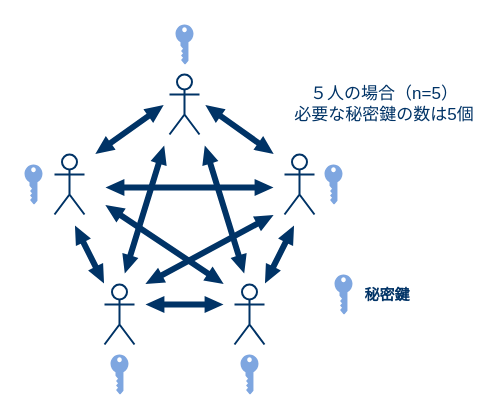
This is img/6-share-pubkey.dio from akakou-doc/pubkey-crypto, a draw.io file, before an edit. Source tidied: cells renumbered, new cells numbered last; positions are measured from the earlier drawing's top-left corner, leaving out a move shared by most shapes. Both pictures are drawn from the tidied source at 100%, with x=0, y=0 at pixel (24, 24).
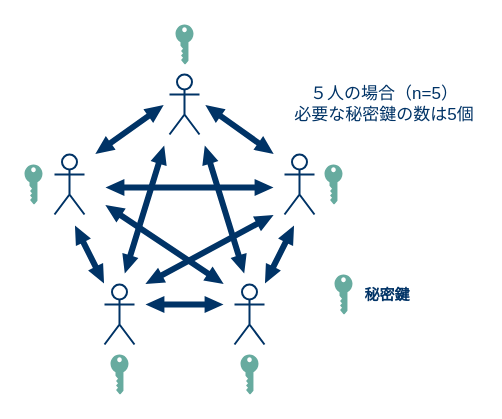
The same diagram, later.

Diff of the diagram source:
```diff
@@
-    <mxCell id="18" style="verticalLabelPosition=bottom;html=1;verticalAlign=top;align=center;shape=mxgraph.cisco19.key;fillColor=#7EA6E0;strokeColor=#FFFFFF;direction=south;strokeWidth=15;" parent="1" vertex="1">
+    <mxCell id="18" style="verticalLabelPosition=bottom;html=1;verticalAlign=top;align=center;shape=mxgraph.cisco19.key;fillColor=#67AB9F;strokeColor=#FFFFFF;direction=south;strokeWidth=15;" parent="1" vertex="1">
       <mxGeometry x="151" width="18" height="40" as="geometry" />
     </mxCell>
-    <mxCell id="19" style="verticalLabelPosition=bottom;html=1;verticalAlign=top;align=center;shape=mxgraph.cisco19.key;fillColor=#7EA6E0;strokeColor=#FFFFFF;direction=south;strokeWidth=15;" parent="1" vertex="1">
+    <mxCell id="19" style="verticalLabelPosition=bottom;html=1;verticalAlign=top;align=center;shape=mxgraph.cisco19.key;fillColor=#67AB9F;strokeColor=#FFFFFF;direction=south;strokeWidth=15;" parent="1" vertex="1">
       <mxGeometry y="140" width="18" height="40" as="geometry" />
     </mxCell>
-    <mxCell id="20" style="verticalLabelPosition=bottom;html=1;verticalAlign=top;align=center;shape=mxgraph.cisco19.key;fillColor=#7EA6E0;strokeColor=#FFFFFF;direction=south;strokeWidth=15;" parent="1" vertex="1">
+    <mxCell id="20" style="verticalLabelPosition=bottom;html=1;verticalAlign=top;align=center;shape=mxgraph.cisco19.key;fillColor=#67AB9F;strokeColor=#FFFFFF;direction=south;strokeWidth=15;" parent="1" vertex="1">
       <mxGeometry x="86" y="330" width="18" height="40" as="geometry" />
     </mxCell>
-    <mxCell id="21" style="verticalLabelPosition=bottom;html=1;verticalAlign=top;align=center;shape=mxgraph.cisco19.key;fillColor=#7EA6E0;strokeColor=#FFFFFF;direction=south;strokeWidth=15;" parent="1" vertex="1">
+    <mxCell id="21" style="verticalLabelPosition=bottom;html=1;verticalAlign=top;align=center;shape=mxgraph.cisco19.key;fillColor=#67AB9F;strokeColor=#FFFFFF;direction=south;strokeWidth=15;" parent="1" vertex="1">
       <mxGeometry x="216" y="330" width="18" height="40" as="geometry" />
     </mxCell>
-    <mxCell id="22" style="verticalLabelPosition=bottom;html=1;verticalAlign=top;align=center;shape=mxgraph.cisco19.key;fillColor=#7EA6E0;strokeColor=#FFFFFF;direction=south;strokeWidth=15;" parent="1" vertex="1">
+    <mxCell id="22" style="verticalLabelPosition=bottom;html=1;verticalAlign=top;align=center;shape=mxgraph.cisco19.key;fillColor=#67AB9F;strokeColor=#FFFFFF;direction=south;strokeWidth=15;" parent="1" vertex="1">
       <mxGeometry x="300" y="140" width="18" height="40" as="geometry" />
     </mxCell>
-    <mxCell id="23" style="verticalLabelPosition=bottom;html=1;verticalAlign=top;align=center;shape=mxgraph.cisco19.key;fillColor=#7EA6E0;strokeColor=#FFFFFF;direction=south;strokeWidth=15;" parent="1" vertex="1">
+    <mxCell id="23" style="verticalLabelPosition=bottom;html=1;verticalAlign=top;align=center;shape=mxgraph.cisco19.key;fillColor=#67AB9F;strokeColor=#FFFFFF;direction=south;strokeWidth=15;" parent="1" vertex="1">
       <mxGeometry x="310" y="250" width="18" height="40" as="geometry" />
     </mxCell>
```
